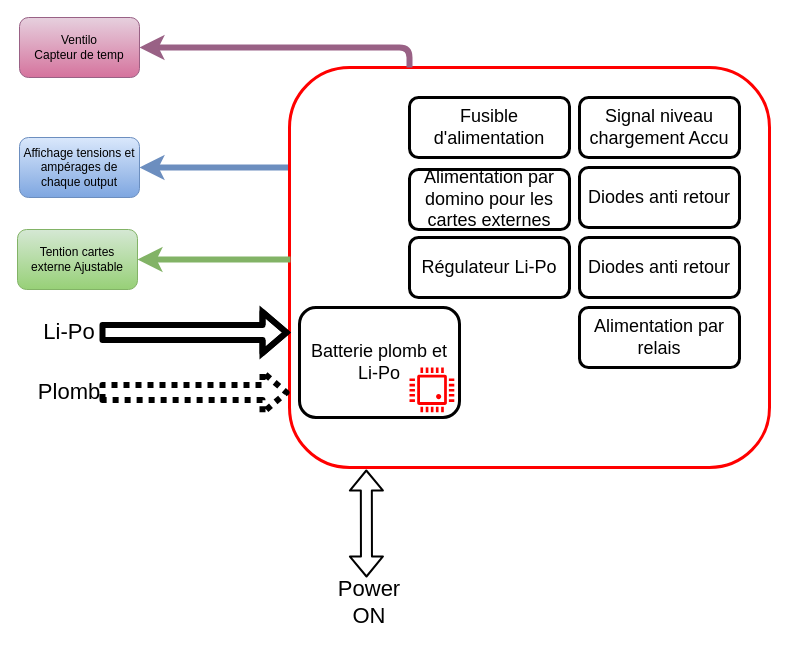
QGim/OS_InMoov keeps this draw.io diagram as page "Alimentation" (6 of 7) of 01 - Etude/Diagrammes système.drawio. Above is the earlier version. Source tidied: cells renumbered, new cells numbered last; positions are measured from the earlier drawing's top-left corner, leaving out a move shared by most shapes. Both pictures are drawn from the tidied source at 100%, with x=0, y=0 at pixel (17, 17).
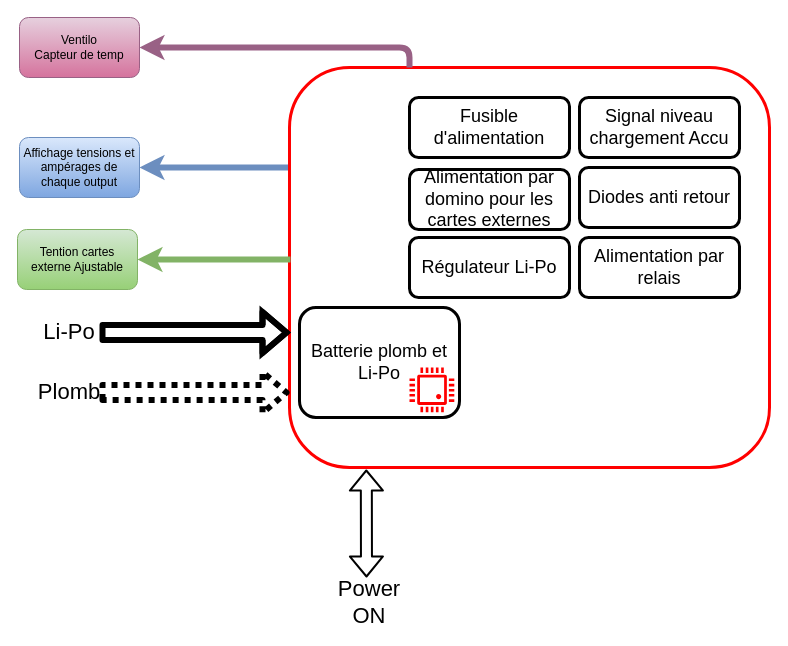
The same page after the edit.

Diff of the diagram source:
```diff
@@
-    <mxCell id="17" value="Diodes anti retour" style="rounded=1;whiteSpace=wrap;html=1;strokeColor=#000000;strokeWidth=3;fontSize=18;" parent="1" vertex="1">
-      <mxGeometry x="562" y="220" width="160" height="60" as="geometry" />
-    </mxCell>
@@
     <mxCell id="21" value="Alimentation par relais" style="rounded=1;whiteSpace=wrap;html=1;strokeColor=#000000;strokeWidth=3;fontSize=18;" parent="1" vertex="1">
-      <mxGeometry x="562" y="290" width="160" height="60" as="geometry" />
+      <mxGeometry x="562" y="220" width="160" height="60" as="geometry" />
     </mxCell>
```
